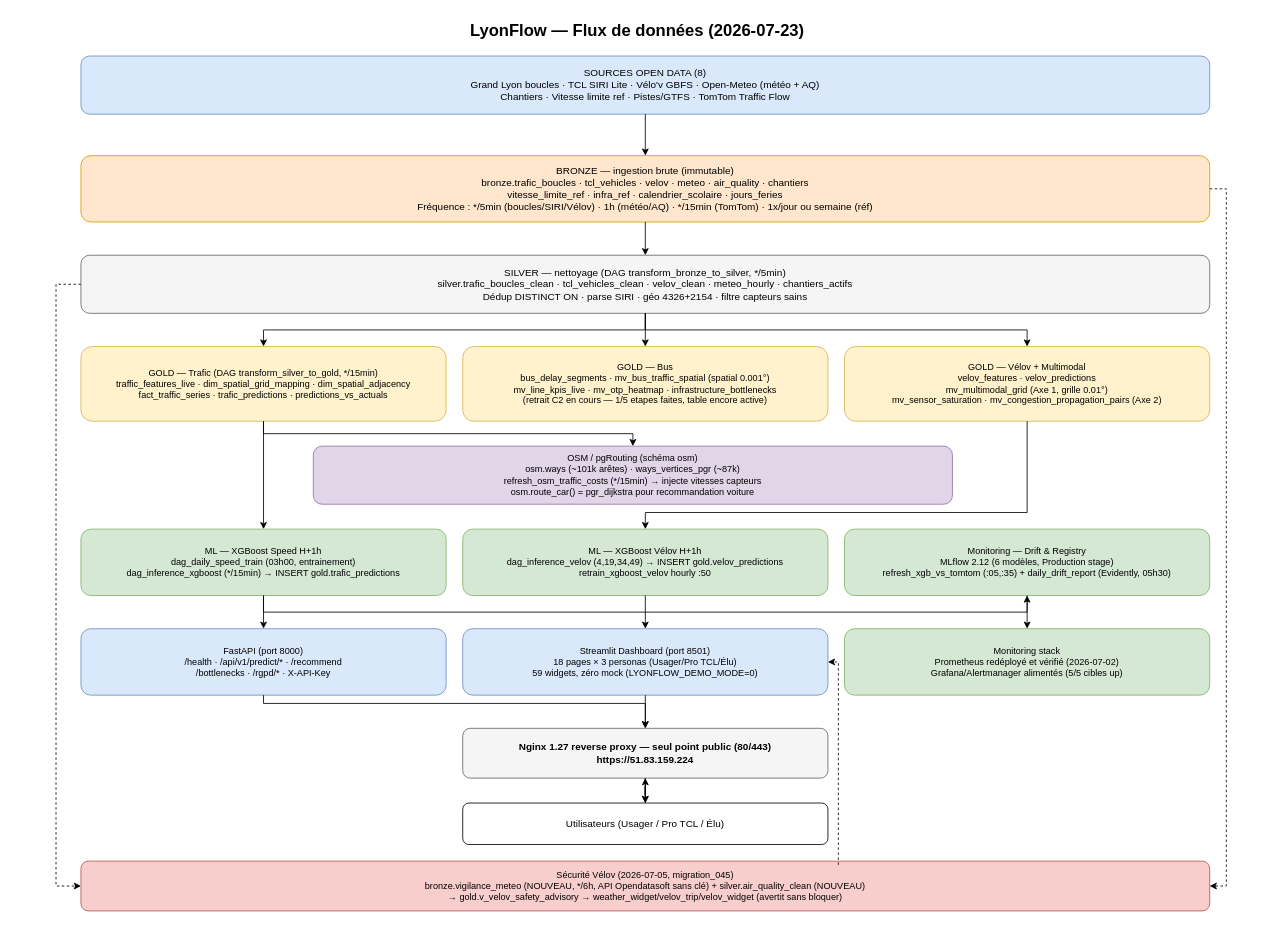
PDUCLOS/lyonflowfull keeps this draw.io diagram as présentation/drawio/01_flux_donnees_medallion.drawio. Above is the earlier version. Source tidied: cells renumbered, new cells numbered last; positions are measured from the earlier drawing's top-left corner, leaving out a move shared by most shapes. Both pictures are drawn from the tidied source at 83%, with x=0, y=0 at pixel (14, 14).
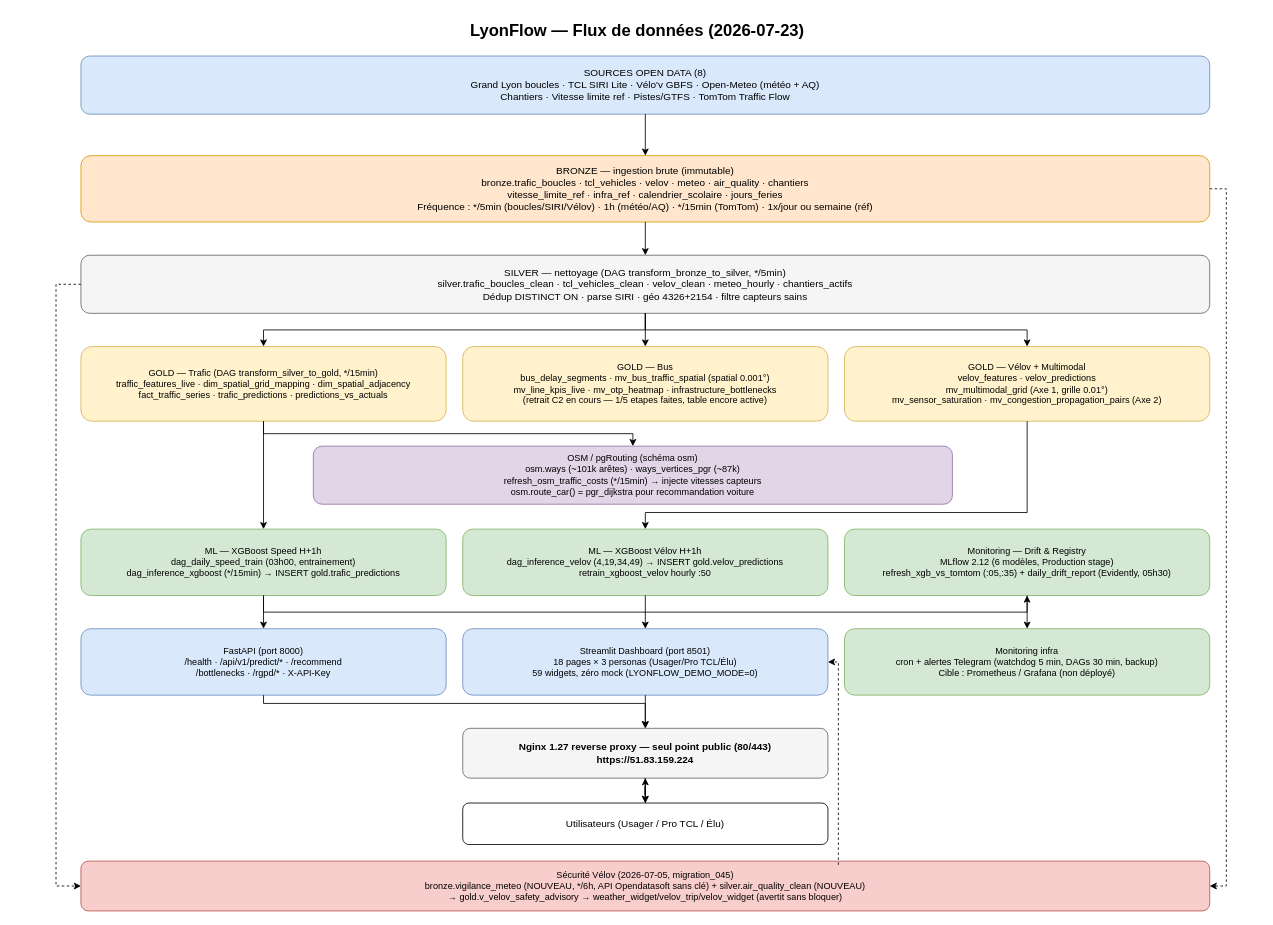
After the change.

Commit message (it also covers changes not shown here):
docs(présentation): monitoring cron + Telegram (Prometheus/Grafana en cible), backup Google Drive opérationnel

Diff of the diagram source:
```diff
@@
-    <mxCell id="16" value="Monitoring stack&#10;Prometheus redéployé et vérifié (2026-07-02)&#10;Grafana/Alertmanager alimentés (5/5 cibles up)" style="rounded=1;whiteSpace=wrap;html=1;fillColor=#d5e8d4;strokeColor=#82b366;fontSize=11;" parent="1" vertex="1">
+    <mxCell id="16" value="Monitoring infra&#10;cron + alertes Telegram (watchdog 5 min, DAGs 30 min, backup)&#10;Cible : Prometheus / Grafana (non déployé)" style="rounded=1;whiteSpace=wrap;html=1;fillColor=#d5e8d4;strokeColor=#82b366;fontSize=11;" parent="1" vertex="1">
       <mxGeometry x="1000" y="740" width="440" height="80" as="geometry" />
     </mxCell>
```
